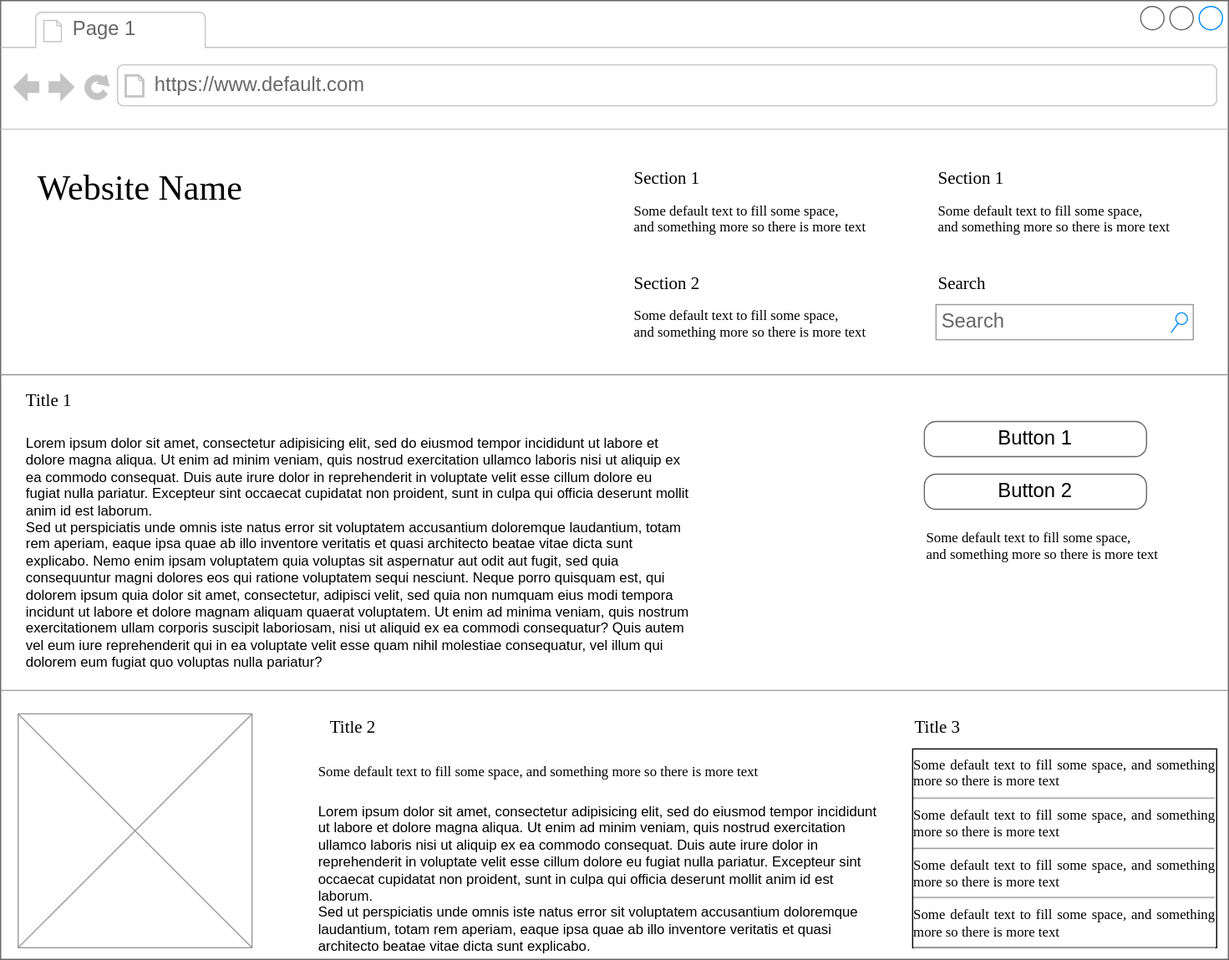
Earlier version of the draw.io export sprint_1/Wireframe_equipo6_componentes.drawio.svg (Cpano98/Grupo_6_ComponentesComputadoras). Source tidied: cells renumbered, new cells last; positions are measured from the earlier drawing's top-left corner, leaving out a move shared by most shapes. The source it was exported from:
```xml
<mxGraphModel background="#ffffff">
  <root>
    <mxCell id="0" />
    <mxCell id="1" parent="0" />
    <mxCell id="2" style="strokeWidth=1;shadow=0;dashed=0;align=center;html=1;shape=mxgraph.mockup.containers.browserWindow;rSize=0;strokeColor=#666666;mainText=,;rounded=0;labelBackgroundColor=none;fontFamily=Verdana;fontSize=12;" parent="1" vertex="1">
      <mxGeometry width="1050" height="820" as="geometry" />
    </mxCell>
    <mxCell id="3" value="Page 1" style="strokeWidth=1;shadow=0;dashed=0;align=center;html=1;shape=mxgraph.mockup.containers.anchor;fontSize=17;fontColor=#666666;align=left;" parent="2" vertex="1">
      <mxGeometry x="60" y="12" width="110" height="26" as="geometry" />
    </mxCell>
    <mxCell id="4" value="https://www.default.com" style="strokeWidth=1;shadow=0;dashed=0;align=center;html=1;shape=mxgraph.mockup.containers.anchor;rSize=0;fontSize=17;fontColor=#666666;align=left;" parent="2" vertex="1">
      <mxGeometry x="130" y="60" width="250" height="26" as="geometry" />
    </mxCell>
    <mxCell id="5" value="Website Name" style="text;html=1;align=left;verticalAlign=top;spacingTop=-4;fontSize=30;fontFamily=Verdana;" parent="2" vertex="1">
      <mxGeometry x="30" y="140" width="340" height="50" as="geometry" />
    </mxCell>
    <mxCell id="6" value="Section 1" style="text;html=1;align=left;verticalAlign=top;spacingTop=-4;fontSize=15;fontFamily=Verdana;" parent="2" vertex="1">
      <mxGeometry x="540" y="140" width="170" height="30" as="geometry" />
    </mxCell>
    <mxCell id="7" value="Some default text to fill some space, and&amp;nbsp;&lt;span&gt;something more so there is more text&lt;/span&gt;" style="text;html=1;align=left;verticalAlign=top;spacingTop=-4;fontSize=12;fontFamily=Verdana;whiteSpace=wrap;" parent="2" vertex="1">
      <mxGeometry x="540" y="170" width="240" height="40" as="geometry" />
    </mxCell>
    <mxCell id="8" value="Section 2" style="text;html=1;align=left;verticalAlign=top;spacingTop=-4;fontSize=15;fontFamily=Verdana;" parent="2" vertex="1">
      <mxGeometry x="540" y="230" width="170" height="30" as="geometry" />
    </mxCell>
    <mxCell id="9" value="Some default text to fill some space, and&amp;nbsp;&lt;span&gt;something more so there is more text&lt;/span&gt;" style="text;html=1;align=left;verticalAlign=top;spacingTop=-4;fontSize=12;fontFamily=Verdana;whiteSpace=wrap;" parent="2" vertex="1">
      <mxGeometry x="540" y="260" width="240" height="40" as="geometry" />
    </mxCell>
    <mxCell id="10" value="Section 1" style="text;html=1;align=left;verticalAlign=top;spacingTop=-4;fontSize=15;fontFamily=Verdana;" parent="2" vertex="1">
      <mxGeometry x="800" y="140" width="170" height="30" as="geometry" />
    </mxCell>
    <mxCell id="11" value="Some default text to fill some space, and&amp;nbsp;&lt;span&gt;something more so there is more text&lt;/span&gt;" style="text;html=1;align=left;verticalAlign=top;spacingTop=-4;fontSize=12;fontFamily=Verdana;whiteSpace=wrap;" parent="2" vertex="1">
      <mxGeometry x="800" y="170" width="240" height="40" as="geometry" />
    </mxCell>
    <mxCell id="12" value="Search" style="text;html=1;align=left;verticalAlign=top;spacingTop=-4;fontSize=15;fontFamily=Verdana;" parent="2" vertex="1">
      <mxGeometry x="800" y="230" width="170" height="30" as="geometry" />
    </mxCell>
    <mxCell id="13" value="Search" style="strokeWidth=1;shadow=0;dashed=0;align=center;html=1;shape=mxgraph.mockup.forms.searchBox;strokeColor=#999999;mainText=;strokeColor2=#008cff;fontColor=#666666;fontSize=17;align=left;spacingLeft=3;rounded=0;labelBackgroundColor=none;" parent="2" vertex="1">
      <mxGeometry x="800" y="260" width="220" height="30" as="geometry" />
    </mxCell>
    <mxCell id="14" style="verticalLabelPosition=bottom;shadow=0;dashed=0;align=center;html=1;verticalAlign=top;strokeWidth=1;shape=mxgraph.mockup.markup.line;strokeColor=#999999;rounded=0;labelBackgroundColor=none;fillColor=#ffffff;fontFamily=Verdana;fontSize=12;fontColor=#000000;" parent="2" vertex="1">
      <mxGeometry y="310" width="1050" height="20" as="geometry" />
    </mxCell>
    <mxCell id="15" value="Title 1" style="text;html=1;align=left;verticalAlign=top;spacingTop=-4;fontSize=15;fontFamily=Verdana;" parent="2" vertex="1">
      <mxGeometry x="20" y="330" width="170" height="30" as="geometry" />
    </mxCell>
    <mxCell id="16" value="Lorem ipsum dolor sit amet, consectetur adipisicing elit, sed do eiusmod tempor incididunt ut labore et dolore magna aliqua. Ut enim ad minim veniam, quis nostrud exercitation ullamco laboris nisi ut aliquip ex ea commodo consequat. Duis aute irure dolor in reprehenderit in voluptate velit esse cillum dolore eu fugiat nulla pariatur. Excepteur sint occaecat cupidatat non proident, sunt in culpa qui officia deserunt mollit anim id est laborum.&#10;Sed ut perspiciatis unde omnis iste natus error sit voluptatem accusantium doloremque laudantium, totam rem aperiam, eaque ipsa quae ab illo inventore veritatis et quasi architecto beatae vitae dicta sunt explicabo. Nemo enim ipsam voluptatem quia voluptas sit aspernatur aut odit aut fugit, sed quia consequuntur magni dolores eos qui ratione voluptatem sequi nesciunt. Neque porro quisquam est, qui dolorem ipsum quia dolor sit amet, consectetur, adipisci velit, sed quia non numquam eius modi tempora incidunt ut labore et dolore magnam aliquam quaerat voluptatem. Ut enim ad minima veniam, quis nostrum exercitationem ullam corporis suscipit laboriosam, nisi ut aliquid ex ea commodi consequatur? Quis autem vel eum iure reprehenderit qui in ea voluptate velit esse quam nihil molestiae consequatur, vel illum qui dolorem eum fugiat quo voluptas nulla pariatur?" style="text;spacingTop=-5;whiteSpace=wrap;html=1;align=left;fontSize=12;fontFamily=Helvetica;fillColor=none;strokeColor=none;rounded=0;shadow=1;labelBackgroundColor=none;" parent="2" vertex="1">
      <mxGeometry x="20" y="370" width="570" height="240" as="geometry" />
    </mxCell>
    <mxCell id="17" value="Button 1" style="strokeWidth=1;shadow=0;dashed=0;align=center;html=1;shape=mxgraph.mockup.buttons.button;strokeColor=#666666;mainText=;buttonStyle=round;fontSize=17;fontStyle=0;fillColor=none;whiteSpace=wrap;rounded=0;labelBackgroundColor=none;" parent="2" vertex="1">
      <mxGeometry x="790" y="360" width="190" height="30" as="geometry" />
    </mxCell>
    <mxCell id="18" value="Button 2" style="strokeWidth=1;shadow=0;dashed=0;align=center;html=1;shape=mxgraph.mockup.buttons.button;strokeColor=#666666;mainText=;buttonStyle=round;fontSize=17;fontStyle=0;fillColor=none;whiteSpace=wrap;rounded=0;labelBackgroundColor=none;" parent="2" vertex="1">
      <mxGeometry x="790" y="405" width="190" height="30" as="geometry" />
    </mxCell>
    <mxCell id="19" value="Some default text to fill some space, and&amp;nbsp;&lt;span&gt;something more so there is more text&lt;/span&gt;" style="text;html=1;align=left;verticalAlign=top;spacingTop=-4;fontSize=12;fontFamily=Verdana;whiteSpace=wrap;" parent="2" vertex="1">
      <mxGeometry x="790" y="450" width="240" height="40" as="geometry" />
    </mxCell>
    <mxCell id="20" style="verticalLabelPosition=bottom;shadow=0;dashed=0;align=center;html=1;verticalAlign=top;strokeWidth=1;shape=mxgraph.mockup.markup.line;strokeColor=#999999;rounded=0;labelBackgroundColor=none;fillColor=#ffffff;fontFamily=Verdana;fontSize=12;fontColor=#000000;" parent="2" vertex="1">
      <mxGeometry y="580" width="1050" height="20" as="geometry" />
    </mxCell>
    <mxCell id="21" style="verticalLabelPosition=bottom;shadow=0;dashed=0;align=center;html=1;verticalAlign=top;strokeWidth=1;shape=mxgraph.mockup.graphics.simpleIcon;strokeColor=#999999;fillColor=#ffffff;rounded=0;labelBackgroundColor=none;fontFamily=Verdana;fontSize=12;fontColor=#000000;" parent="2" vertex="1">
      <mxGeometry x="15" y="610" width="200" height="200" as="geometry" />
    </mxCell>
    <mxCell id="22" value="Title 2" style="text;html=1;align=left;verticalAlign=top;spacingTop=-4;fontSize=15;fontFamily=Verdana;" parent="2" vertex="1">
      <mxGeometry x="280" y="610" width="170" height="30" as="geometry" />
    </mxCell>
    <mxCell id="23" value="Title 3" style="text;html=1;align=left;verticalAlign=top;spacingTop=-4;fontSize=15;fontFamily=Verdana;" parent="2" vertex="1">
      <mxGeometry x="780" y="610" width="170" height="30" as="geometry" />
    </mxCell>
    <mxCell id="24" value="&lt;div style=&quot;text-align: justify&quot;&gt;&lt;span&gt;Some default text to fill some space, and&amp;nbsp;&lt;/span&gt;&lt;span&gt;something more so there is more text&lt;/span&gt;&lt;/div&gt;&lt;div style=&quot;text-align: justify&quot;&gt;&lt;hr id=&quot;null&quot; style=&quot;text-align: justify&quot;&gt;&lt;span&gt;&lt;div style=&quot;text-align: justify&quot;&gt;&lt;span&gt;Some default text to fill some space, and&amp;nbsp;&lt;/span&gt;&lt;span&gt;something more so there is more text&lt;/span&gt;&lt;/div&gt;&lt;/span&gt;&lt;/div&gt;&lt;hr id=&quot;null&quot; style=&quot;text-align: justify&quot;&gt;&lt;span&gt;&lt;div style=&quot;text-align: justify&quot;&gt;&lt;span&gt;Some default text to fill some space, and&amp;nbsp;&lt;/span&gt;&lt;span&gt;something more so there is more text&lt;/span&gt;&lt;/div&gt;&lt;/span&gt;&lt;hr id=&quot;null&quot; style=&quot;text-align: justify&quot;&gt;&lt;span&gt;&lt;div style=&quot;text-align: justify&quot;&gt;&lt;span&gt;Some default text to fill some space, and&amp;nbsp;&lt;/span&gt;&lt;span&gt;something more so there is more text&lt;/span&gt;&lt;/div&gt;&lt;/span&gt;&lt;hr id=&quot;null&quot; style=&quot;text-align: left&quot;&gt;" style="whiteSpace=wrap;html=1;rounded=0;shadow=0;labelBackgroundColor=none;strokeWidth=1;fontFamily=Verdana;fontSize=12;align=center;verticalAlign=top;" parent="2" vertex="1">
      <mxGeometry x="780" y="640" width="260" height="170" as="geometry" />
    </mxCell>
    <mxCell id="25" value="Some default text to fill some space, and&amp;nbsp;&lt;span&gt;something more so there is more text&lt;/span&gt;" style="text;html=1;align=left;verticalAlign=top;spacingTop=-4;fontSize=12;fontFamily=Verdana;whiteSpace=wrap;" parent="2" vertex="1">
      <mxGeometry x="270" y="650" width="470" height="40" as="geometry" />
    </mxCell>
    <mxCell id="26" value="Lorem ipsum dolor sit amet, consectetur adipisicing elit, sed do eiusmod tempor incididunt ut labore et dolore magna aliqua. Ut enim ad minim veniam, quis nostrud exercitation ullamco laboris nisi ut aliquip ex ea commodo consequat. Duis aute irure dolor in reprehenderit in voluptate velit esse cillum dolore eu fugiat nulla pariatur. Excepteur sint occaecat cupidatat non proident, sunt in culpa qui officia deserunt mollit anim id est laborum.&lt;br&gt;Sed ut perspiciatis unde omnis iste natus error sit voluptatem accusantium doloremque laudantium, totam rem aperiam, eaque ipsa quae ab illo inventore veritatis et quasi architecto beatae vitae dicta sunt explicabo.&amp;nbsp;" style="text;spacingTop=-5;whiteSpace=wrap;html=1;align=left;fontSize=12;fontFamily=Helvetica;fillColor=none;strokeColor=none;rounded=0;shadow=1;labelBackgroundColor=none;" parent="1" vertex="1">
      <mxGeometry x="270" y="685" width="490" height="125" as="geometry" />
    </mxCell>
  </root>
</mxGraphModel>
```
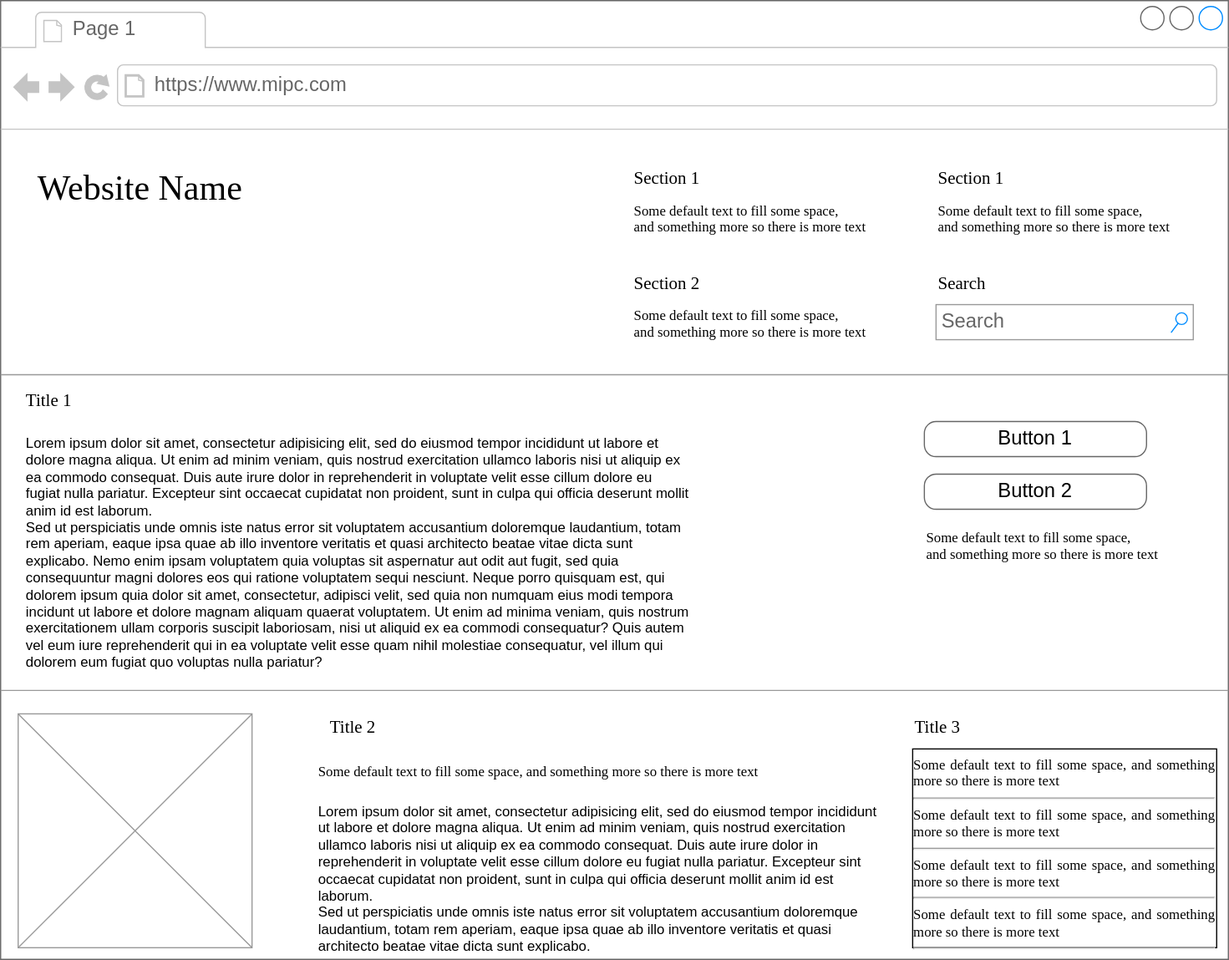
After the commit.

The edit, as a diff of the source:
```diff
@@ -8,7 +8,7 @@
     <mxCell id="3" value="Page 1" style="strokeWidth=1;shadow=0;dashed=0;align=center;html=1;shape=mxgraph.mockup.containers.anchor;fontSize=17;fontColor=#666666;align=left;" parent="2" vertex="1">
       <mxGeometry x="60" y="12" width="110" height="26" as="geometry" />
     </mxCell>
-    <mxCell id="4" value="https://www.default.com" style="strokeWidth=1;shadow=0;dashed=0;align=center;html=1;shape=mxgraph.mockup.containers.anchor;rSize=0;fontSize=17;fontColor=#666666;align=left;" parent="2" vertex="1">
+    <mxCell id="4" value="https://www.mipc.com" style="strokeWidth=1;shadow=0;dashed=0;align=center;html=1;shape=mxgraph.mockup.containers.anchor;rSize=0;fontSize=17;fontColor=#666666;align=left;" parent="2" vertex="1">
       <mxGeometry x="130" y="60" width="250" height="26" as="geometry" />
     </mxCell>
     <mxCell id="5" value="Website Name" style="text;html=1;align=left;verticalAlign=top;spacingTop=-4;fontSize=30;fontFamily=Verdana;" parent="2" vertex="1">
```
